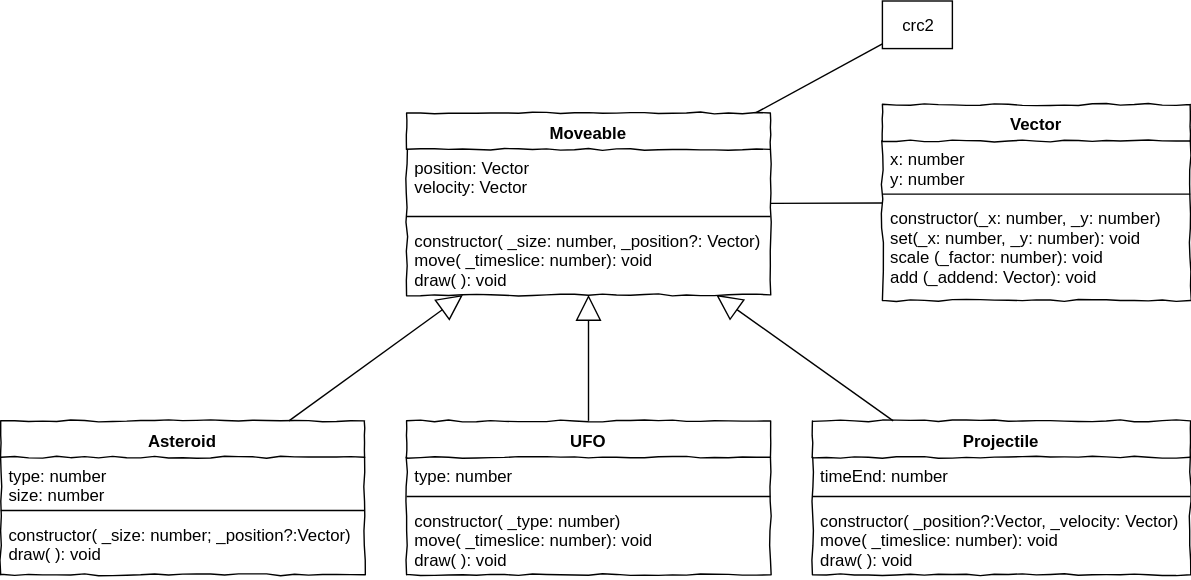
Before: L10_Inheritance/Material/draw.io/Asteroids_ClassDiagram.svg, a diagram exported from draw.io (JirkaDellOro/EIA2-Inverted). Source tidied: cells renumbered, new cells last; positions are measured from the earlier drawing's top-left corner, leaving out a move shared by most shapes.
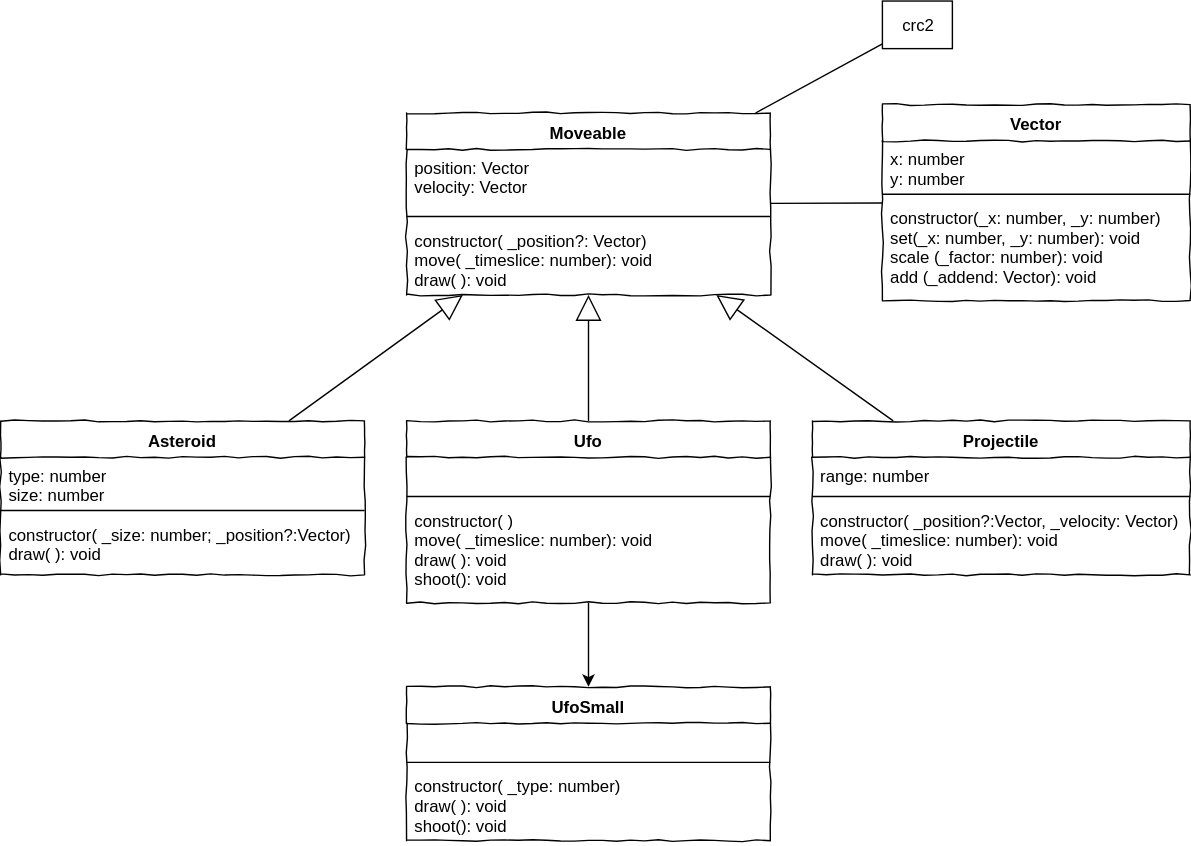
Later version of the same file.

Change to the diagram source:
```diff
@@ -17,7 +17,7 @@
     <mxCell id="6" style="line;strokeWidth=1;fillColor=none;align=left;verticalAlign=middle;spacingTop=-1;spacingLeft=3;spacingRight=3;labelPosition=right;" parent="4" vertex="1">
       <mxGeometry y="70" width="260" height="8" as="geometry" />
     </mxCell>
-    <mxCell id="7" value="constructor( _size: number, _position?: Vector)&#10;move( _timeslice: number): void&#10;draw( ): void" style="text;strokeColor=none;fillColor=none;align=left;verticalAlign=top;spacingLeft=4;spacingRight=4;overflow=hidden;" parent="4" vertex="1">
+    <mxCell id="7" value="constructor( _position?: Vector)&#10;move( _timeslice: number): void&#10;draw( ): void" style="text;strokeColor=none;fillColor=none;align=left;verticalAlign=top;spacingLeft=4;spacingRight=4;overflow=hidden;" parent="4" vertex="1">
       <mxGeometry y="78" width="260" height="52" as="geometry" />
     </mxCell>
     <mxCell id="8" value="Vector" style="swimlane;fontStyle=1;align=center;verticalAlign=top;horizontal=1;startSize=26;rounded=0;shadow=0;comic=1;strokeWidth=1;" parent="1" vertex="1">
@@ -50,25 +50,40 @@
     <mxCell id="17" style="endArrow=block;endSize=16;endFill=0;html=1;" parent="1" edge="1" source="13" target="4">
       <mxGeometry relative="1" as="geometry" />
     </mxCell>
+    <mxCell id="28" style="edgeStyle=orthogonalEdgeStyle;rounded=0;jettySize=auto;html=1;" parent="1" edge="1" source="18" target="29">
+      <mxGeometry relative="1" as="geometry" />
+    </mxCell>
-    <mxCell id="18" value="UFO" style="swimlane;fontStyle=1;align=center;verticalAlign=top;horizontal=1;startSize=26;rounded=0;shadow=0;comic=1;strokeWidth=1;" parent="1" vertex="1">
-      <mxGeometry x="290" y="300" width="260" height="110" as="geometry" />
+    <mxCell id="18" value="Ufo" style="swimlane;fontStyle=1;align=center;verticalAlign=top;horizontal=1;startSize=26;rounded=0;shadow=0;comic=1;strokeWidth=1;" parent="1" vertex="1">
+      <mxGeometry x="290" y="300" width="260" height="130" as="geometry" />
     </mxCell>
-    <mxCell id="19" value="type: number" style="text;strokeColor=none;fillColor=none;align=left;verticalAlign=top;spacingLeft=4;spacingRight=4;overflow=hidden;" parent="18" vertex="1">
+    <mxCell id="19" value=" " style="text;strokeColor=none;fillColor=none;align=left;verticalAlign=top;spacingLeft=4;spacingRight=4;overflow=hidden;" parent="18" vertex="1">
       <mxGeometry y="26" width="260" height="24" as="geometry" />
     </mxCell>
     <mxCell id="20" style="line;strokeWidth=1;fillColor=none;align=left;verticalAlign=middle;spacingTop=-1;spacingLeft=3;spacingRight=3;labelPosition=right;" parent="18" vertex="1">
       <mxGeometry y="50" width="260" height="8" as="geometry" />
     </mxCell>
-    <mxCell id="21" value="constructor( _type: number)&#10;move( _timeslice: number): void&#10;draw( ): void" style="text;strokeColor=none;fillColor=none;align=left;verticalAlign=top;spacingLeft=4;spacingRight=4;overflow=hidden;" parent="18" vertex="1">
-      <mxGeometry y="58" width="260" height="52" as="geometry" />
+    <mxCell id="21" value="constructor( )&#10;move( _timeslice: number): void&#10;draw( ): void&#10;shoot(): void" style="text;strokeColor=none;fillColor=none;align=left;verticalAlign=top;spacingLeft=4;spacingRight=4;overflow=hidden;" parent="18" vertex="1">
+      <mxGeometry y="58" width="260" height="72" as="geometry" />
     </mxCell>
+    <mxCell id="29" value="UfoSmall" style="swimlane;fontStyle=1;align=center;verticalAlign=top;horizontal=1;startSize=26;rounded=0;shadow=0;comic=1;strokeWidth=1;" parent="1" vertex="1">
+      <mxGeometry x="290" y="490" width="260" height="110" as="geometry" />
+    </mxCell>
+    <mxCell id="30" value=" " style="text;strokeColor=none;fillColor=none;align=left;verticalAlign=top;spacingLeft=4;spacingRight=4;overflow=hidden;" parent="29" vertex="1">
+      <mxGeometry y="26" width="260" height="24" as="geometry" />
+    </mxCell>
+    <mxCell id="31" style="line;strokeWidth=1;fillColor=none;align=left;verticalAlign=middle;spacingTop=-1;spacingLeft=3;spacingRight=3;labelPosition=right;" parent="29" vertex="1">
+      <mxGeometry y="50" width="260" height="8" as="geometry" />
+    </mxCell>
+    <mxCell id="32" value="constructor( _type: number)&#10;draw( ): void&#10;shoot(): void" style="text;strokeColor=none;fillColor=none;align=left;verticalAlign=top;spacingLeft=4;spacingRight=4;overflow=hidden;" parent="29" vertex="1">
+      <mxGeometry y="58" width="260" height="52" as="geometry" />
+    </mxCell>
     <mxCell id="22" style="endArrow=block;endSize=16;endFill=0;html=1;" parent="1" edge="1" source="18" target="4">
       <mxGeometry relative="1" as="geometry" />
     </mxCell>
     <mxCell id="23" value="Projectile" style="swimlane;fontStyle=1;align=center;verticalAlign=top;horizontal=1;startSize=26;rounded=0;shadow=0;comic=1;strokeWidth=1;" parent="1" vertex="1">
       <mxGeometry x="580" y="300" width="270" height="110" as="geometry" />
     </mxCell>
-    <mxCell id="24" value="timeEnd: number " style="text;strokeColor=none;fillColor=none;align=left;verticalAlign=top;spacingLeft=4;spacingRight=4;overflow=hidden;" parent="23" vertex="1">
+    <mxCell id="24" value="range: number " style="text;strokeColor=none;fillColor=none;align=left;verticalAlign=top;spacingLeft=4;spacingRight=4;overflow=hidden;" parent="23" vertex="1">
       <mxGeometry y="26" width="270" height="24" as="geometry" />
     </mxCell>
     <mxCell id="25" style="line;strokeWidth=1;fillColor=none;align=left;verticalAlign=middle;spacingTop=-1;spacingLeft=3;spacingRight=3;labelPosition=right;" parent="23" vertex="1">
```
